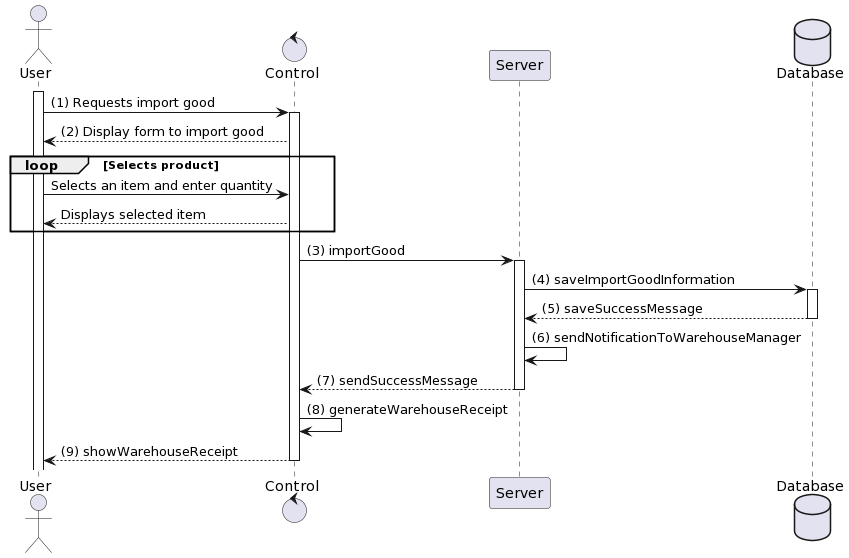
Before: Lab 1/Lab 1.2/sequence_diagram/import_good/import_good.png, a diagram exported from PlantUML (H1eu69/SE357-Pratice-class). The source it was exported from:
```plantuml
@startuml
actor User
control "Control" as C
participant "Server" as S
database Database

activate User
User -> C: (1) Requests import good
activate C
C --> User: (2) Display form to import good
loop Selects product
    User -> C: Selects an item and enter quantity
    C --> User: Displays selected item
end
C -> S: (3) importGood
activate S
S -> Database: (4) saveImportGoodInformation
activate Database
Database --> S: (5) saveSuccessMessage
deactivate Database
S -> S: (6) sendNotificationToWarehouseManager
S --> C: (7) sendSuccessMessage
deactivate S
C -> C: (8) generateWarehouseReceipt
C --> User: (9) showWarehouseReceipt
deactivate C
@enduml
```
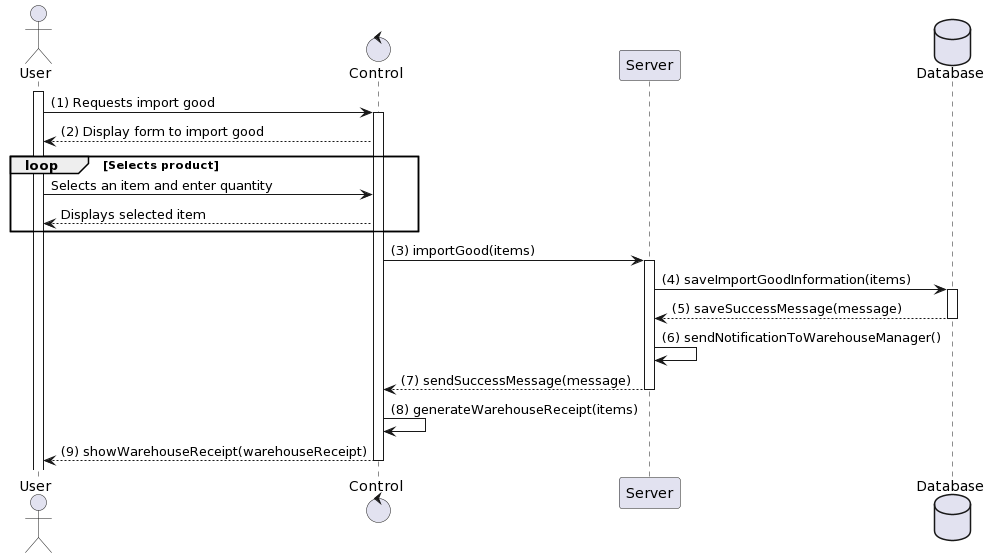
After the change.

Diff of the diagram source:
```diff
@@ -12,16 +12,16 @@
     User -> C: Selects an item and enter quantity
     C --> User: Displays selected item
 end
-C -> S: (3) importGood
+C -> S: (3) importGood(items)
 activate S
-S -> Database: (4) saveImportGoodInformation
+S -> Database: (4) saveImportGoodInformation(items)
 activate Database
-Database --> S: (5) saveSuccessMessage
+Database --> S: (5) saveSuccessMessage(message)
 deactivate Database
-S -> S: (6) sendNotificationToWarehouseManager
-S --> C: (7) sendSuccessMessage
+S -> S: (6) sendNotificationToWarehouseManager()
+S --> C: (7) sendSuccessMessage(message)
 deactivate S
-C -> C: (8) generateWarehouseReceipt
-C --> User: (9) showWarehouseReceipt
+C -> C: (8) generateWarehouseReceipt(items)
+C --> User: (9) showWarehouseReceipt(warehouseReceipt)
 deactivate C
 @enduml
```
